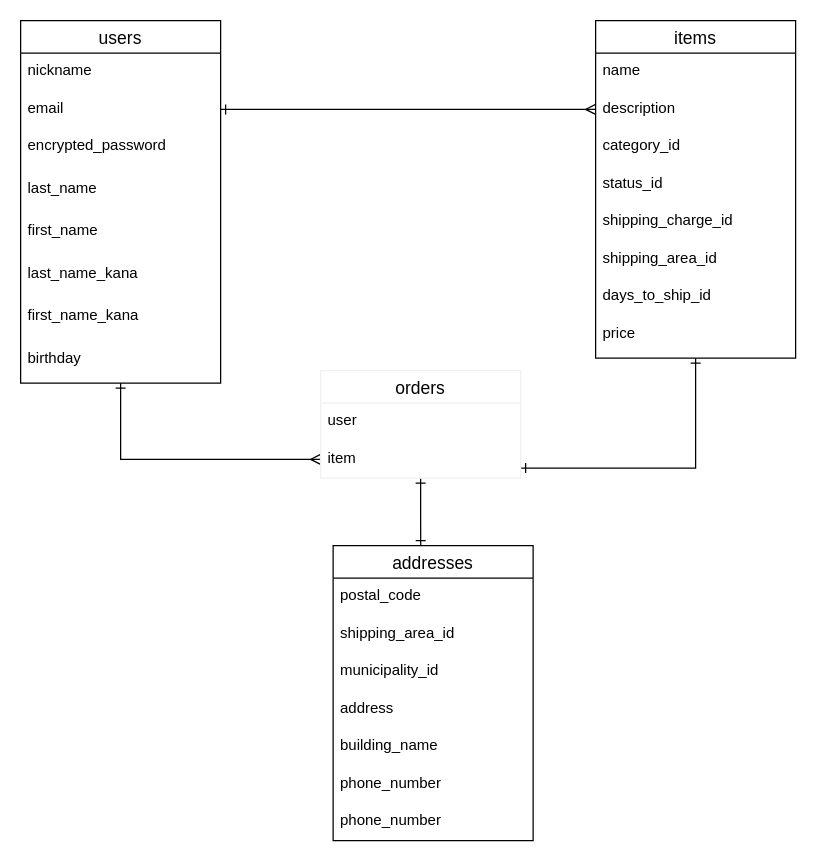
yukki373/furima-34583 keeps this draw.io diagram as furima.dio. Above is the earlier version. Source tidied: cells renumbered, new cells numbered last; positions are measured from the earlier drawing's top-left corner, leaving out a move shared by most shapes. Both pictures are drawn from the tidied source at 125%, with x=0, y=0 at pixel (20, 20).
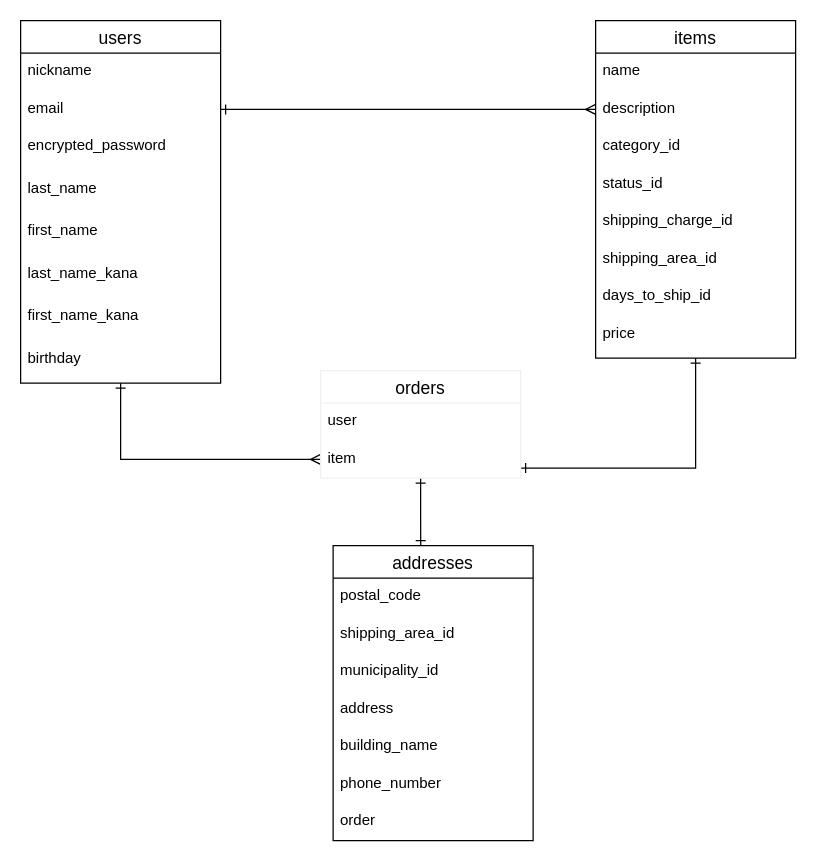
The same diagram, later.

The change refers to these unchanged cells:
```xml
<mxCell id="22" value="addresses" style="swimlane;fontStyle=0;horizontal=1;startSize=26;align=center;fontSize=14;" parent="1" vertex="1">
  <mxGeometry x="250" y="420" width="160" height="236" as="geometry" />
</mxCell>
```

Diff of the diagram source:
```diff
@@
-    <mxCell id="29" value="phone_number" style="text;strokeColor=none;fillColor=none;spacingLeft=4;spacingRight=4;overflow=hidden;fontSize=12;" parent="22" vertex="1">
+    <mxCell id="29" value="order" style="text;strokeColor=none;fillColor=none;spacingLeft=4;spacingRight=4;overflow=hidden;fontSize=12;" parent="22" vertex="1">
       <mxGeometry y="206" width="160" height="30" as="geometry" />
     </mxCell>
```
